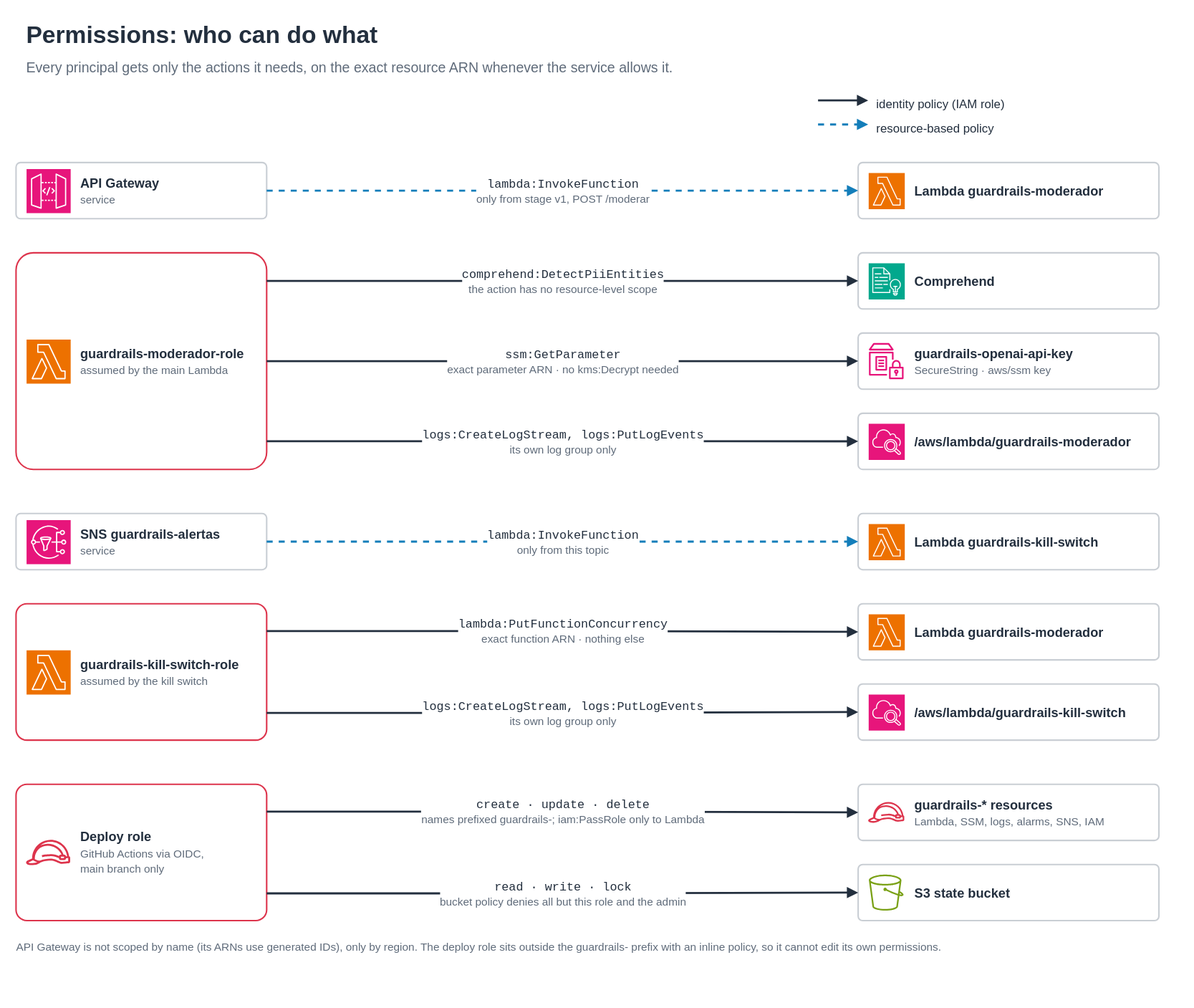
The draw.io diagram docs/diagrams/permissions.drawio.svg in EnzoHashinokutiXavier/Guardrail-AI-Moderator, before a commit. Source tidied: cells renumbered, new cells last; positions are measured from the earlier drawing's top-left corner, leaving out a move shared by most shapes.
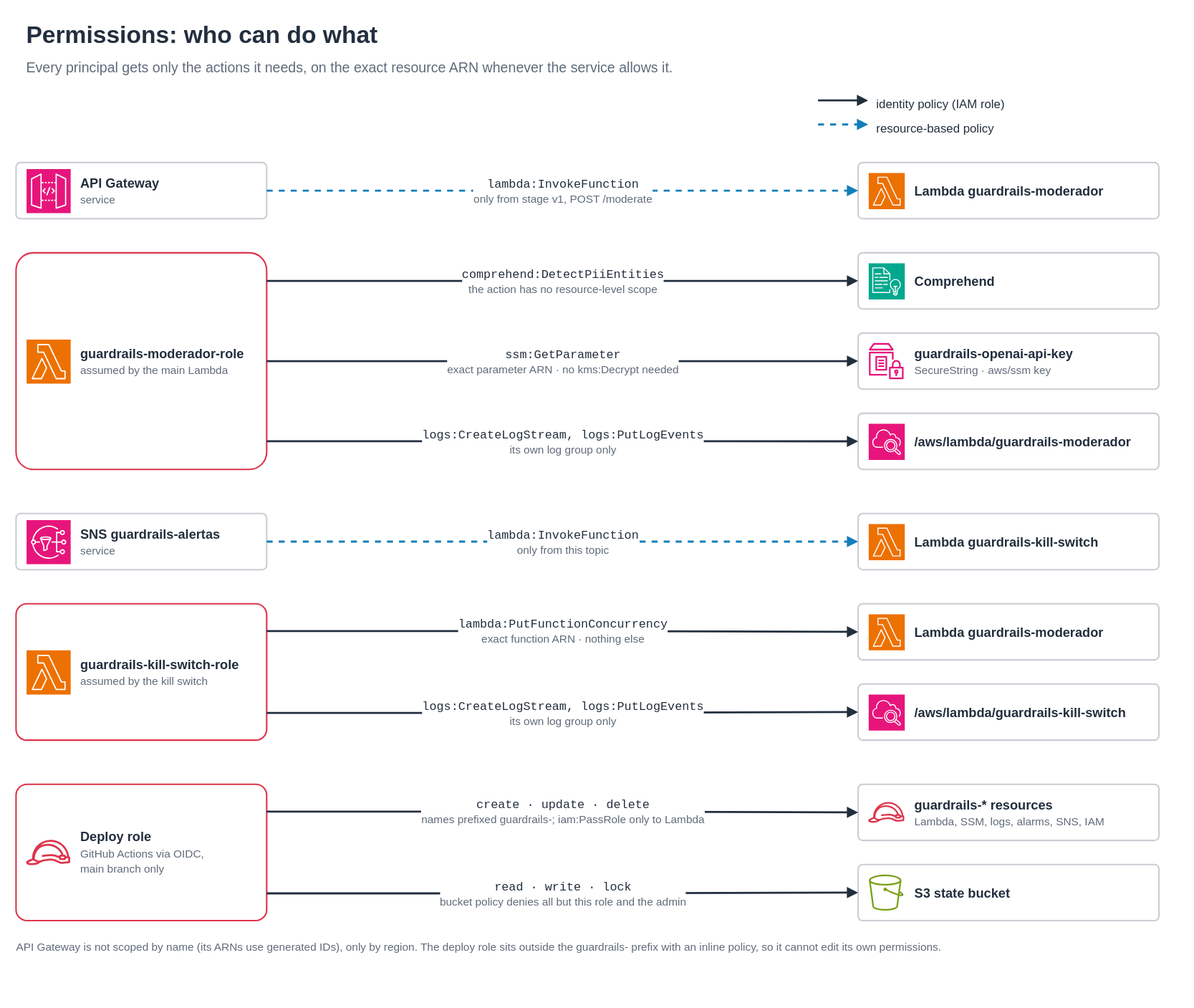
After the change.

Diff of the diagram source:
```diff
@@ -38,7 +38,7 @@
     <mxCell id="11" style="sketch=0;fontColor=#232F3E;dashed=0;html=1;fillColor=#ED7100;strokeColor=#ffffff;shape=mxgraph.aws4.resourceIcon;resIcon=mxgraph.aws4.lambda;" parent="10" vertex="1">
       <mxGeometry x="10" y="10" width="36" height="36" as="geometry" />
     </mxCell>
-    <mxCell id="12" value="&lt;font face=&quot;Courier New&quot;&gt;lambda:InvokeFunction&lt;/font&gt;&lt;br&gt;&lt;font style=&quot;font-size:11px;&quot; color=&quot;#5F6B7A&quot;&gt;only from stage v1, POST /moderar&lt;/font&gt;" style="edgeStyle=orthogonalEdgeStyle;rounded=1;jettySize=auto;html=1;endArrow=block;endFill=1;strokeWidth=2;strokeColor=#232F3E;fontSize=12;fontColor=#232F3E;labelBackgroundColor=#FFFFFF;exitX=1;exitY=0.5;exitDx=0;exitDy=0;entryX=0;entryY=0.5;entryDx=0;entryDy=0;strokeWidth=2;dashed=1;strokeColor=#147EBA;fontColor=#232F3E;" parent="1" edge="1" source="8" target="10">
+    <mxCell id="12" value="&lt;font face=&quot;Courier New&quot;&gt;lambda:InvokeFunction&lt;/font&gt;&lt;br&gt;&lt;font style=&quot;font-size:11px;&quot; color=&quot;#5F6B7A&quot;&gt;only from stage v1, POST /moderate&lt;/font&gt;" style="edgeStyle=orthogonalEdgeStyle;rounded=1;jettySize=auto;html=1;endArrow=block;endFill=1;strokeWidth=2;strokeColor=#232F3E;fontSize=12;fontColor=#232F3E;labelBackgroundColor=#FFFFFF;exitX=1;exitY=0.5;exitDx=0;exitDy=0;entryX=0;entryY=0.5;entryDx=0;entryDy=0;strokeWidth=2;dashed=1;strokeColor=#147EBA;fontColor=#232F3E;" parent="1" edge="1" source="8" target="10">
       <mxGeometry relative="1" as="geometry" />
     </mxCell>
     <mxCell id="13" value="&lt;b&gt;guardrails-moderador-role&lt;/b&gt;&lt;br&gt;&lt;font style=&quot;font-size:11px;&quot; color=&quot;#5F6B7A&quot;&gt;assumed by the main Lambda&lt;/font&gt;" style="rounded=1;arcSize=8;whiteSpace=wrap;html=1;align=left;verticalAlign=middle;spacingLeft=62;spacingRight=6;fontSize=13;fontColor=#232F3E;fillColor=#FFFFFF;strokeColor=#DD344C;strokeWidth=1.5;" parent="1" vertex="1">
```
